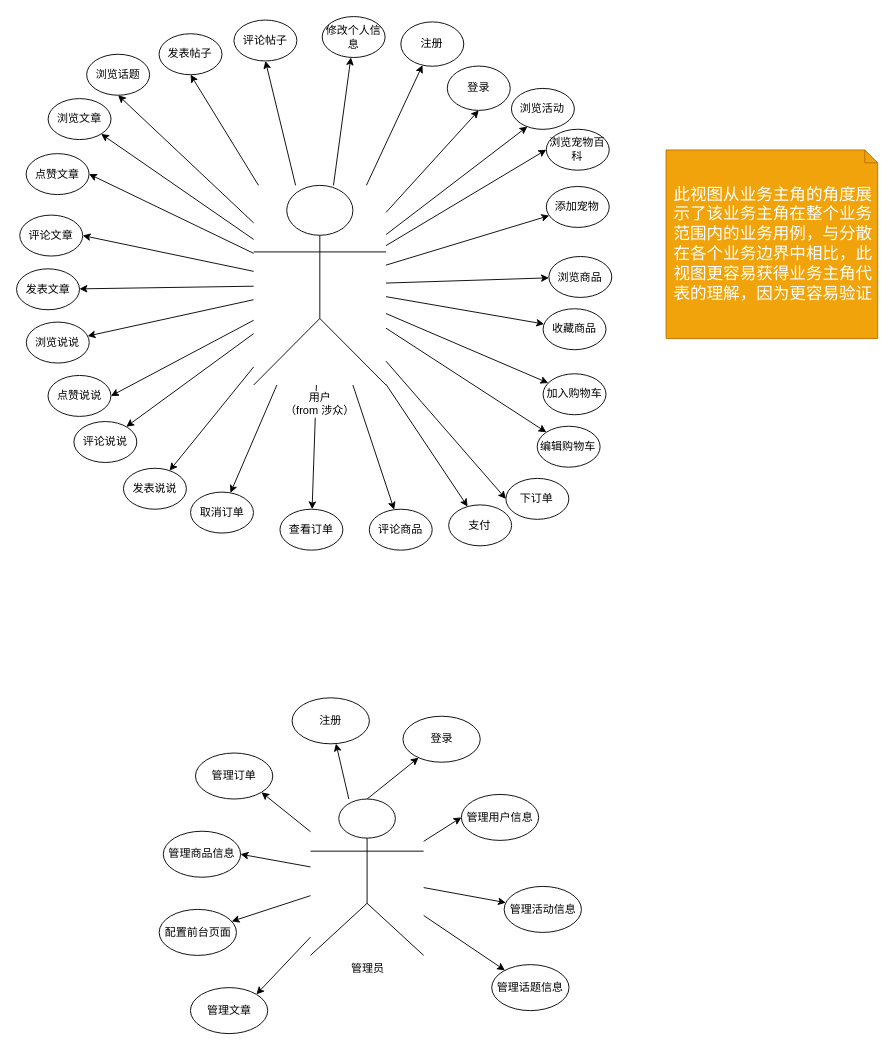
The draw.io diagram uml-业务模型.drawio in JMHello/draw, before the edit. Source tidied: cells renumbered, new cells numbered last; positions are measured from the earlier drawing's top-left corner, leaving out a move shared by most shapes. Both pictures are drawn from the tidied source at 92%, with x=0, y=0 at pixel (16, 17).
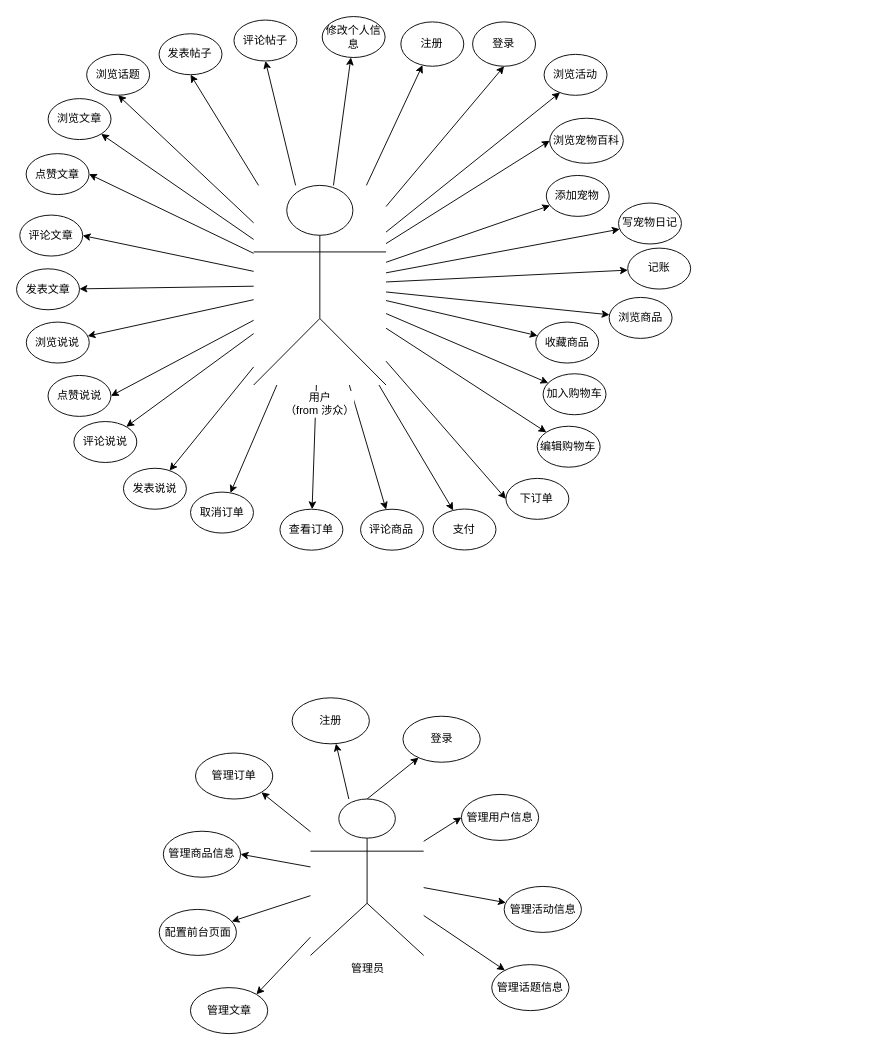
The same page after the edit.

The change refers to these unchanged cells:
```xml
<mxCell id="73" value="用户&lt;br&gt;（from 涉众）&lt;br&gt;" style="shape=umlActor;verticalLabelPosition=bottom;labelBackgroundColor=#ffffff;verticalAlign=top;html=1;" parent="1" vertex="1">
  <mxGeometry x="258.2" y="183" width="143.9" height="217" as="geometry" />
</mxCell>
```

Change to the diagram source:
```diff
@@
-    <mxCell id="21" value="&lt;font style=&quot;font-size: 18px&quot;&gt;此视图从业务主角的角度展示了该业务主角在整个业务范围内的业务用例，与分散在各个业务边界中相比，此视图更容易获得业务主角代表的理解，因为更容易验证&lt;/font&gt;" style="shape=note;whiteSpace=wrap;html=1;size=14;verticalAlign=middle;align=left;spacingTop=0;fillColor=#f0a30a;strokeColor=#BD7000;fontColor=#ffffff;spacingLeft=6;spacingRight=6;fontSize=13;" parent="1" vertex="1">
-      <mxGeometry x="706.5" y="144.5" width="230" height="205" as="geometry" />
-    </mxCell>
@@
     <mxCell id="48" value="浏览活动" style="ellipse;whiteSpace=wrap;html=1;" parent="1" vertex="1">
-      <mxGeometry x="538.4" y="77.6" width="68.4" height="44.5" as="geometry" />
+      <mxGeometry x="573.9" y="40.6" width="68.4" height="44.5" as="geometry" />
     </mxCell>
@@
     <mxCell id="50" value="浏览宠物百科" style="ellipse;whiteSpace=wrap;html=1;" parent="1" vertex="1">
-      <mxGeometry x="576.3" y="122" width="68.4" height="44.5" as="geometry" />
+      <mxGeometry x="580" y="110" width="80" height="49" as="geometry" />
     </mxCell>
@@
     <mxCell id="52" value="添加宠物" style="ellipse;whiteSpace=wrap;html=1;" parent="1" vertex="1">
-      <mxGeometry x="576.3" y="184.2" width="68.4" height="44.5" as="geometry" />
+      <mxGeometry x="576.3" y="172.2" width="68.4" height="44.5" as="geometry" />
     </mxCell>
@@
     <mxCell id="54" value="浏览商品" style="ellipse;whiteSpace=wrap;html=1;" parent="1" vertex="1">
-      <mxGeometry x="579.1" y="260.3" width="68.4" height="44.5" as="geometry" />
+      <mxGeometry x="644.6" y="304.8" width="68.4" height="44.5" as="geometry" />
     </mxCell>
@@
     <mxCell id="56" value="收藏商品" style="ellipse;whiteSpace=wrap;html=1;" parent="1" vertex="1">
-      <mxGeometry x="572.8" y="317.1" width="68.4" height="44.5" as="geometry" />
+      <mxGeometry x="564.8" y="331.6" width="68.4" height="44.5" as="geometry" />
     </mxCell>
@@
     <mxCell id="64" value="支付" style="ellipse;whiteSpace=wrap;html=1;" parent="1" vertex="1">
-      <mxGeometry x="470.2" y="530.3" width="68.4" height="44.5" as="geometry" />
+      <mxGeometry x="453.2" y="534.8" width="68.4" height="44.5" as="geometry" />
     </mxCell>
@@
     <mxCell id="70" value="评论商品" style="ellipse;whiteSpace=wrap;html=1;" parent="1" vertex="1">
-      <mxGeometry x="383.9" y="535" width="68.4" height="44.5" as="geometry" />
+      <mxGeometry x="374.4" y="535" width="68.4" height="44.5" as="geometry" />
     </mxCell>
@@
+    <mxCell id="75" style="rounded=0;jettySize=auto;html=1;" parent="1" edge="1" source="73" target="77">
+      <mxGeometry relative="1" as="geometry" />
+    </mxCell>
+    <mxCell id="76" style="edgeStyle=none;rounded=0;jettySize=auto;html=1;" parent="1" edge="1" source="73" target="78">
+      <mxGeometry relative="1" as="geometry" />
+    </mxCell>
@@
     <mxCell id="74" value="登录" style="ellipse;whiteSpace=wrap;html=1;" parent="1" vertex="1">
-      <mxGeometry x="468.7" y="53.3" width="68.4" height="48.2" as="geometry" />
+      <mxGeometry x="496.2" y="5.3" width="68.4" height="48.2" as="geometry" />
     </mxCell>
+    <mxCell id="77" value="写宠物日记" style="ellipse;whiteSpace=wrap;html=1;" parent="1" vertex="1">
+      <mxGeometry x="654.8" y="202.2" width="68.4" height="44.5" as="geometry" />
+    </mxCell>
+    <mxCell id="78" value="记账" style="ellipse;whiteSpace=wrap;html=1;" parent="1" vertex="1">
+      <mxGeometry x="664.8" y="251.2" width="68.4" height="44.5" as="geometry" />
+    </mxCell>
```
